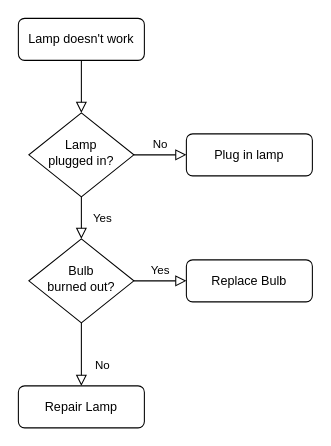
Before: Untitled Diagram.drawio in Njugia90/powerlearn-gee, a draw.io diagram. Source tidied: cells renumbered, new cells numbered last; positions are measured from the earlier drawing's top-left corner, leaving out a move shared by most shapes. Both pictures are drawn from the tidied source at 105%, with x=0, y=0 at pixel (18, 18).
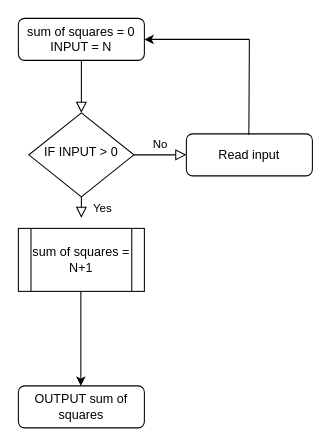
The same page after the edit.

What changed in the source:
```diff
@@
 <mxGraphModel>
   <root>
     <mxCell id="0" />
     <mxCell id="1" parent="0" />
     <mxCell id="2" style="rounded=0;html=1;jettySize=auto;fontSize=11;endArrow=block;endFill=0;endSize=8;strokeWidth=1;shadow=0;labelBackgroundColor=none;edgeStyle=orthogonalEdgeStyle;" parent="1" edge="1" source="3" target="6">
       <mxGeometry relative="1" as="geometry" />
     </mxCell>
-    <mxCell id="3" value="Lamp doesn't work" style="rounded=1;whiteSpace=wrap;html=1;fontSize=12;glass=0;strokeWidth=1;shadow=0;" parent="1" vertex="1">
+    <mxCell id="3" value="&lt;div&gt;sum of squares = 0&lt;/div&gt;&lt;div&gt;INPUT = N &lt;br&gt;&lt;/div&gt;" style="rounded=1;whiteSpace=wrap;html=1;fontSize=12;glass=0;strokeWidth=1;shadow=0;" parent="1" vertex="1">
       <mxGeometry width="120" height="40" as="geometry" />
     </mxCell>
-    <mxCell id="4" value="Yes" style="rounded=0;html=1;jettySize=auto;fontSize=11;endArrow=block;endFill=0;endSize=8;strokeWidth=1;shadow=0;labelBackgroundColor=none;edgeStyle=orthogonalEdgeStyle;" parent="1" edge="1" source="6" target="10">
-      <mxGeometry y="20" relative="1" as="geometry" />
+    <mxCell id="4" value="Yes" style="rounded=0;html=1;jettySize=auto;fontSize=11;endArrow=block;endFill=0;endSize=8;strokeWidth=1;shadow=0;labelBackgroundColor=none;edgeStyle=orthogonalEdgeStyle;" parent="1" edge="1" source="6">
+      <mxGeometry y="20" relative="1" as="geometry">
+        <mxPoint x="60" y="190" as="targetPoint" />
+      </mxGeometry>
     </mxCell>
     <mxCell id="5" value="No" style="edgeStyle=orthogonalEdgeStyle;rounded=0;html=1;jettySize=auto;fontSize=11;endArrow=block;endFill=0;endSize=8;strokeWidth=1;shadow=0;labelBackgroundColor=none;" parent="1" edge="1" source="6" target="7">
       <mxGeometry y="10" relative="1" as="geometry" />
     </mxCell>
-    <mxCell id="6" value="Lamp&lt;br&gt;plugged in?" style="rhombus;whiteSpace=wrap;html=1;shadow=0;fontFamily=Helvetica;fontSize=12;align=center;strokeWidth=1;spacing=6;spacingTop=-4;" parent="1" vertex="1">
+    <mxCell id="6" value="IF INPUT &amp;gt; 0 " style="rhombus;whiteSpace=wrap;html=1;shadow=0;fontFamily=Helvetica;fontSize=12;align=center;strokeWidth=1;spacing=6;spacingTop=-4;" parent="1" vertex="1">
       <mxGeometry x="10" y="90" width="100" height="80" as="geometry" />
     </mxCell>
-    <mxCell id="7" value="Plug in lamp" style="rounded=1;whiteSpace=wrap;html=1;fontSize=12;glass=0;strokeWidth=1;shadow=0;" parent="1" vertex="1">
+    <mxCell id="7" value="Read input" style="rounded=1;whiteSpace=wrap;html=1;fontSize=12;glass=0;strokeWidth=1;shadow=0;" parent="1" vertex="1">
       <mxGeometry x="160" y="110" width="120" height="40" as="geometry" />
     </mxCell>
-    <mxCell id="8" value="No" style="rounded=0;html=1;jettySize=auto;fontSize=11;endArrow=block;endFill=0;endSize=8;strokeWidth=1;shadow=0;labelBackgroundColor=none;edgeStyle=orthogonalEdgeStyle;" parent="1" edge="1" source="10" target="11">
-      <mxGeometry x="0.33" y="20" relative="1" as="geometry" />
-    </mxCell>
-    <mxCell id="9" value="Yes" style="edgeStyle=orthogonalEdgeStyle;rounded=0;html=1;jettySize=auto;fontSize=11;endArrow=block;endFill=0;endSize=8;strokeWidth=1;shadow=0;labelBackgroundColor=none;" parent="1" edge="1" source="10" target="12">
-      <mxGeometry y="10" relative="1" as="geometry" />
-    </mxCell>
-    <mxCell id="10" value="Bulb&lt;br&gt;burned out?" style="rhombus;whiteSpace=wrap;html=1;shadow=0;fontFamily=Helvetica;fontSize=12;align=center;strokeWidth=1;spacing=6;spacingTop=-4;" parent="1" vertex="1">
-      <mxGeometry x="10" y="210" width="100" height="80" as="geometry" />
-    </mxCell>
-    <mxCell id="11" value="Repair Lamp" style="rounded=1;whiteSpace=wrap;html=1;fontSize=12;glass=0;strokeWidth=1;shadow=0;" parent="1" vertex="1">
+    <mxCell id="11" value="OUTPUT sum of squares" style="rounded=1;whiteSpace=wrap;html=1;fontSize=12;glass=0;strokeWidth=1;shadow=0;" parent="1" vertex="1">
       <mxGeometry y="350" width="120" height="40" as="geometry" />
     </mxCell>
-    <mxCell id="12" value="Replace Bulb" style="rounded=1;whiteSpace=wrap;html=1;fontSize=12;glass=0;strokeWidth=1;shadow=0;" parent="1" vertex="1">
-      <mxGeometry x="160" y="230" width="120" height="40" as="geometry" />
-    </mxCell>
+    <mxCell id="13" value="&lt;div&gt;sum of squares =&lt;/div&gt;&lt;div&gt;N+1&lt;br&gt;&lt;/div&gt;" style="shape=process;whiteSpace=wrap;html=1;backgroundOutline=1;" parent="1" vertex="1">
+      <mxGeometry y="200" width="120" height="60" as="geometry" />
+    </mxCell>
+    <mxCell id="14" style="endArrow=classic;html=1;rounded=0;" parent="1" edge="1">
+      <mxGeometry relative="1" as="geometry">
+        <mxPoint x="59.5" y="260" as="sourcePoint" />
+        <mxPoint x="59.5" y="350" as="targetPoint" />
+      </mxGeometry>
+    </mxCell>
+    <mxCell id="15" style="endArrow=classic;html=1;rounded=0;entryX=1;entryY=0.5;entryDx=0;entryDy=0;" parent="1" edge="1" target="3">
+      <mxGeometry relative="1" as="geometry">
+        <mxPoint x="220" y="20" as="sourcePoint" />
+      </mxGeometry>
+    </mxCell>
+    <mxCell id="16" style="endArrow=none;html=1;rounded=0;" parent="1" edge="1">
+      <mxGeometry relative="1" as="geometry">
+        <mxPoint x="219.5" y="111" as="sourcePoint" />
+        <mxPoint x="220" y="20" as="targetPoint" />
+      </mxGeometry>
+    </mxCell>
   </root>
 </mxGraphModel>
```
